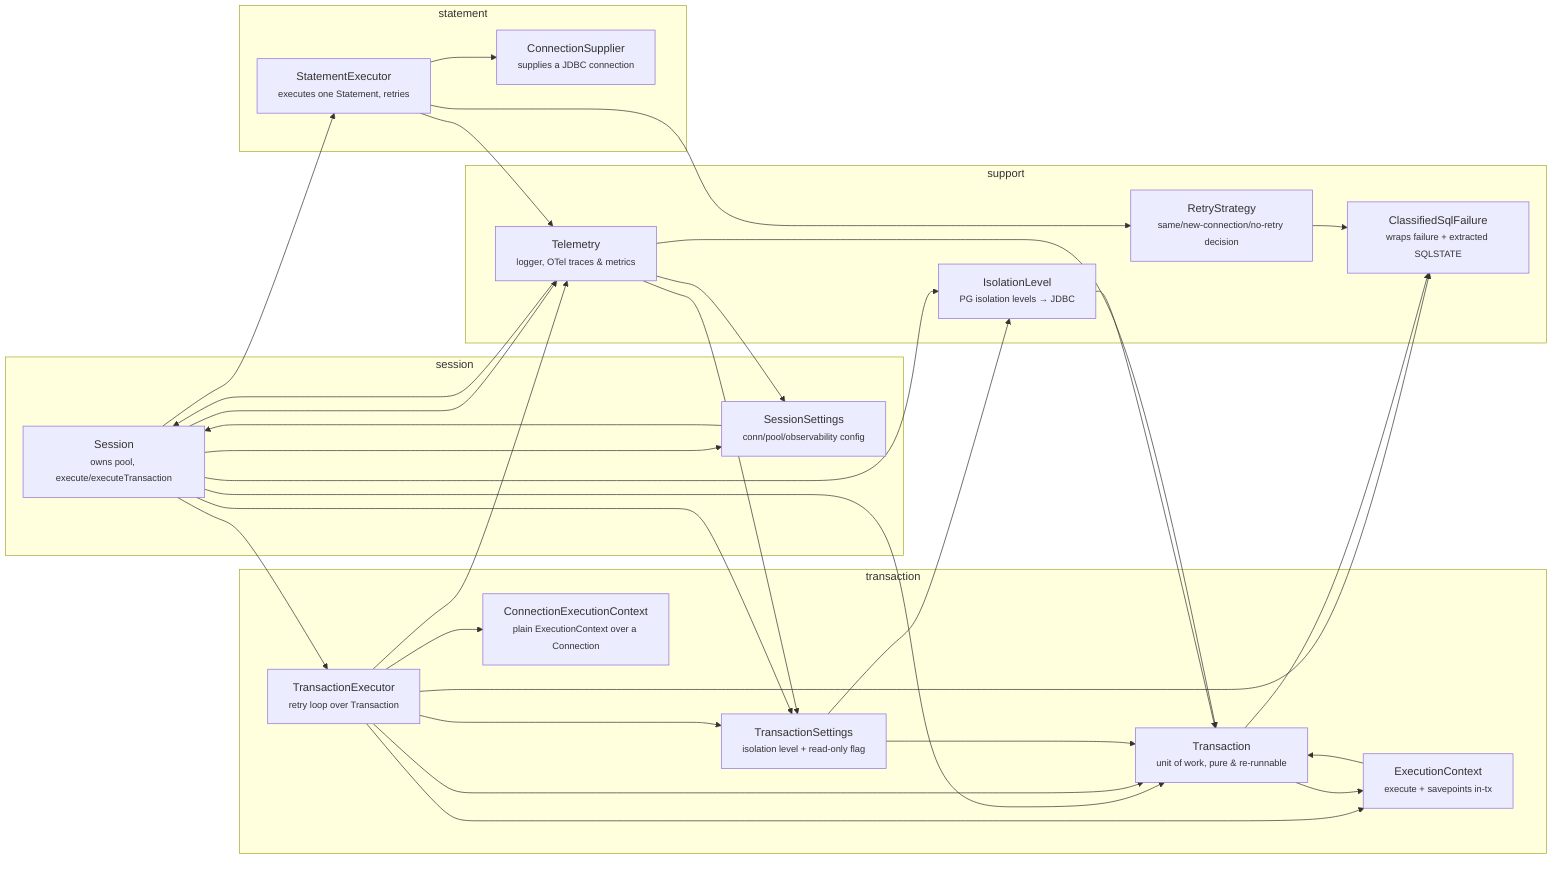
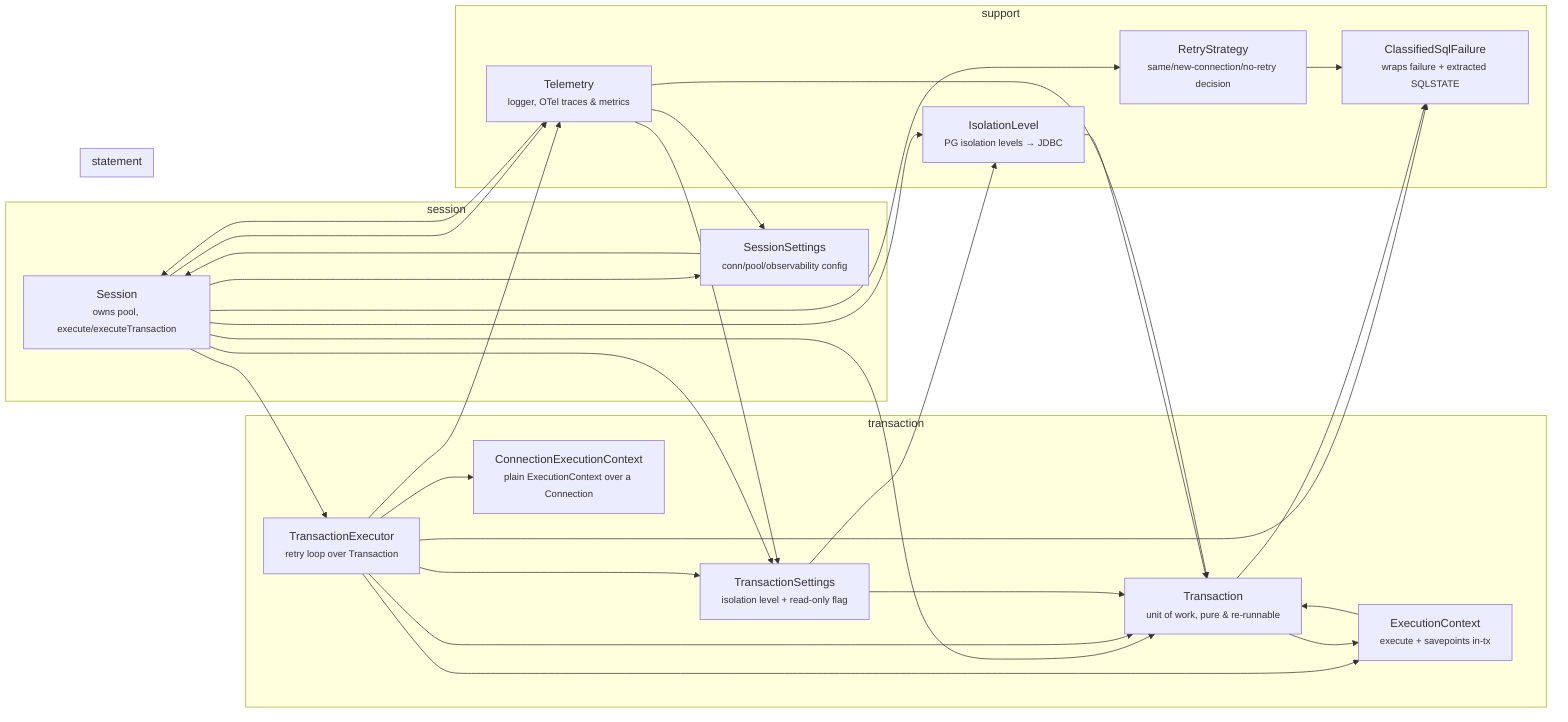
%% rich-pg.java module dependency graph
%% Nodes are Java classes under src/main/java/io/codemine/java/richpg/.
%% Edges point from a module to what it depends on.
flowchart LR
  subgraph session["session"]
    Session["Session<br/><small>owns pool, execute/executeTransaction</small>"]
    SessionSettings["SessionSettings<br/><small>conn/pool/observability config</small>"]
  end

  subgraph transaction["transaction"]
    TransactionExecutor["TransactionExecutor<br/><small>retry loop over Transaction</small>"]
    Transaction["Transaction<br/><small>unit of work, pure & re-runnable</small>"]
    ConnectionExecutionContext["ConnectionExecutionContext<br/><small>plain ExecutionContext over a Connection</small>"]
    ExecutionContext["ExecutionContext<br/><small>execute + savepoints in-tx</small>"]
    TransactionSettings["TransactionSettings<br/><small>isolation level + read-only flag</small>"]
  end

  subgraph statement["statement"]
-     StatementExecutor["StatementExecutor<br/><small>executes one Statement, retries</small>"]
-     ConnectionSupplier["ConnectionSupplier<br/><small>supplies a JDBC connection</small>"]
+     Session["Session<br/><small>owns pool, execute/executeTransaction</small>"]
  end

  subgraph support["support"]
    RetryStrategy["RetryStrategy<br/><small>same/new-connection/no-retry decision</small>"]
    ClassifiedSqlFailure["ClassifiedSqlFailure<br/><small>wraps failure + extracted SQLSTATE</small>"]
    IsolationLevel["IsolationLevel<br/><small>PG isolation levels → JDBC</small>"]
    Telemetry["Telemetry<br/><small>logger, OTel traces & metrics</small>"]
  end

  Session --> IsolationLevel
  Session --> SessionSettings
-   Session --> StatementExecutor
+   Session --> RetryStrategy
  Session --> Telemetry
  Session --> Transaction
  Session --> TransactionExecutor
  Session --> TransactionSettings

  SessionSettings --> Session
- 
-   StatementExecutor --> ConnectionSupplier
-   StatementExecutor --> RetryStrategy
-   StatementExecutor --> Telemetry

  TransactionExecutor --> ClassifiedSqlFailure
  TransactionExecutor --> ConnectionExecutionContext
  TransactionExecutor --> ExecutionContext
  TransactionExecutor --> Telemetry
  TransactionExecutor --> Transaction
  TransactionExecutor --> TransactionSettings

  Transaction --> ClassifiedSqlFailure
  Transaction --> ExecutionContext

  ExecutionContext --> Transaction

  TransactionSettings --> IsolationLevel
  TransactionSettings --> Transaction

  IsolationLevel --> Transaction

  RetryStrategy --> ClassifiedSqlFailure

  Telemetry --> Session
  Telemetry --> SessionSettings
  Telemetry --> Transaction
  Telemetry --> TransactionSettings
